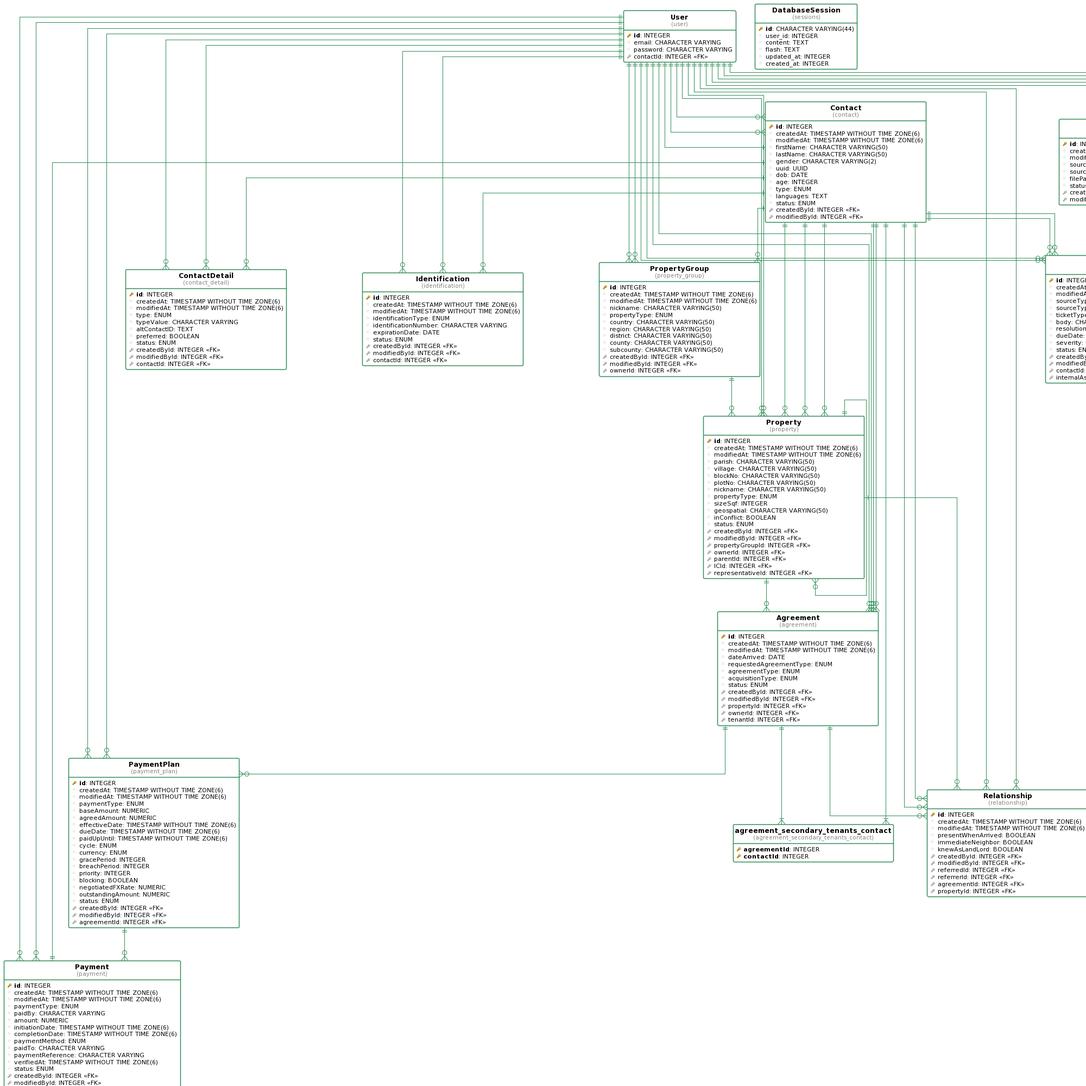
Above: docs/database-uml.png in Mwimwii/esapp-bb (PlantUML), before the change.
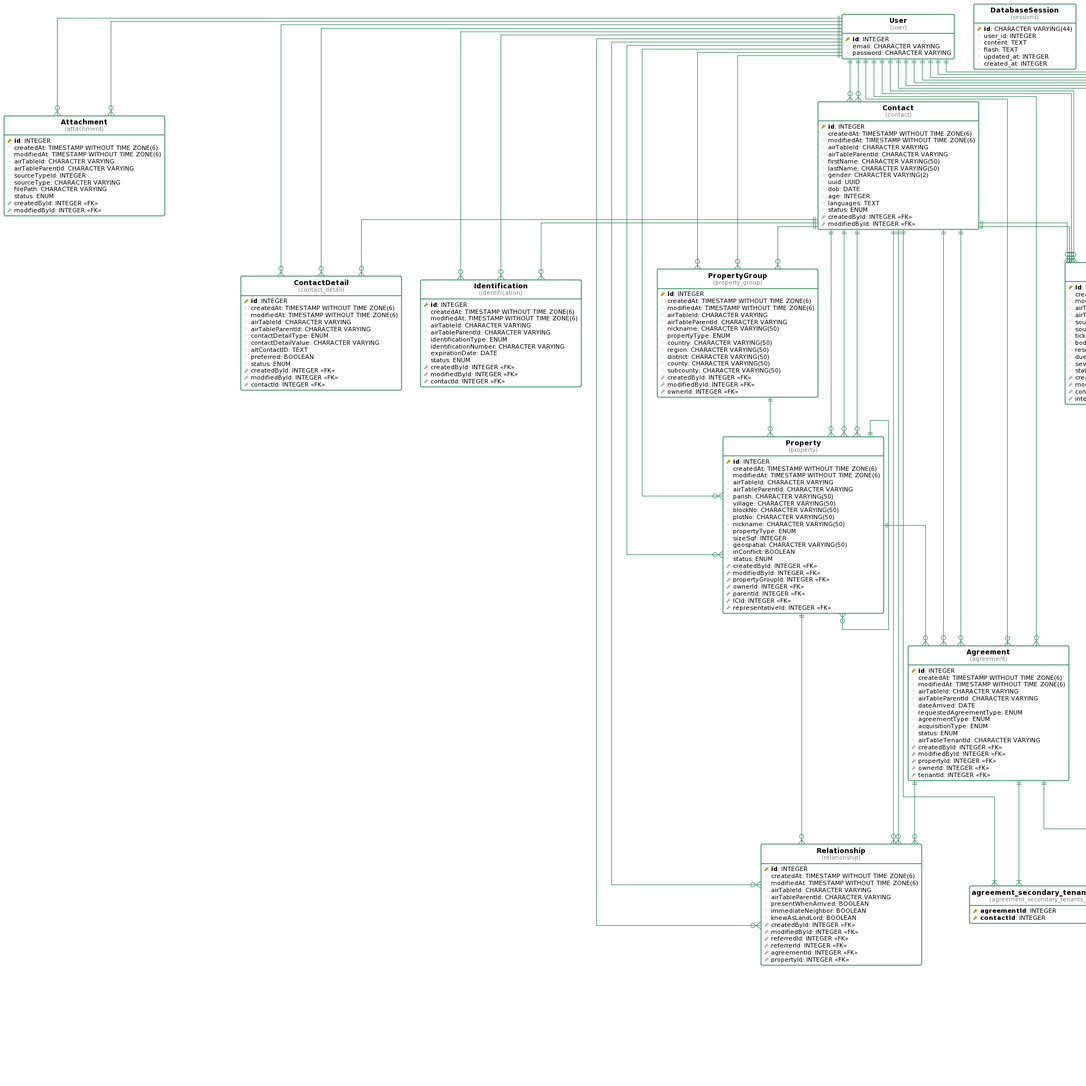
The same file after the commit.

Change to the diagram source:
```diff
@@ -27,7 +27,6 @@
   pkey( id ): INTEGER
   column( email ): CHARACTER VARYING
   column( password ): CHARACTER VARYING
-  fkey( contactId ): INTEGER <<FK>>
 }
 
 table( DatabaseSession, sessions ) as sessions {
@@ -39,12 +38,46 @@
   column( created_at ): INTEGER
 }
 
+table( Attachment, attachment ) as attachment {
+  pkey( id ): INTEGER
+  column( createdAt ): TIMESTAMP WITHOUT TIME ZONE(6)
+  column( modifiedAt ): TIMESTAMP WITHOUT TIME ZONE(6)
+  column( airTableId ): CHARACTER VARYING
+  column( airTableParentId ): CHARACTER VARYING
+  column( sourceTypeId ): INTEGER
+  column( sourceType ): CHARACTER VARYING
+  column( filePath ): CHARACTER VARYING
+  column( status ): ENUM
+  fkey( createdById ): INTEGER <<FK>>
+  fkey( modifiedById ): INTEGER <<FK>>
+}
+
+table( Contact, contact ) as contact {
+  pkey( id ): INTEGER
+  column( createdAt ): TIMESTAMP WITHOUT TIME ZONE(6)
+  column( modifiedAt ): TIMESTAMP WITHOUT TIME ZONE(6)
+  column( airTableId ): CHARACTER VARYING
+  column( airTableParentId ): CHARACTER VARYING
+  column( firstName ): CHARACTER VARYING(50)
+  column( lastName ): CHARACTER VARYING(50)
+  column( gender ): CHARACTER VARYING(2)
+  column( uuid ): UUID
+  column( dob ): DATE
+  column( age ): INTEGER
+  column( languages ): TEXT
+  column( status ): ENUM
+  fkey( createdById ): INTEGER <<FK>>
+  fkey( modifiedById ): INTEGER <<FK>>
+}
+
 table( ContactDetail, contact_detail ) as contact_detail {
   pkey( id ): INTEGER
   column( createdAt ): TIMESTAMP WITHOUT TIME ZONE(6)
   column( modifiedAt ): TIMESTAMP WITHOUT TIME ZONE(6)
-  column( type ): ENUM
-  column( typeValue ): CHARACTER VARYING
+  column( airTableId ): CHARACTER VARYING
+  column( airTableParentId ): CHARACTER VARYING
+  column( contactDetailType ): ENUM
+  column( contactDetailValue ): CHARACTER VARYING
   column( altContactID ): TEXT
   column( preferred ): BOOLEAN
   column( status ): ENUM
@@ -57,6 +90,8 @@
   pkey( id ): INTEGER
   column( createdAt ): TIMESTAMP WITHOUT TIME ZONE(6)
   column( modifiedAt ): TIMESTAMP WITHOUT TIME ZONE(6)
+  column( airTableId ): CHARACTER VARYING
+  column( airTableParentId ): CHARACTER VARYING
   column( identificationType ): ENUM
   column( identificationNumber ): CHARACTER VARYING
   column( expirationDate ): DATE
@@ -66,94 +101,36 @@
   fkey( contactId ): INTEGER <<FK>>
 }
 
-table( Contact, contact ) as contact {
+table( Payment, payment ) as payment {
   pkey( id ): INTEGER
   column( createdAt ): TIMESTAMP WITHOUT TIME ZONE(6)
   column( modifiedAt ): TIMESTAMP WITHOUT TIME ZONE(6)
-  column( firstName ): CHARACTER VARYING(50)
-  column( lastName ): CHARACTER VARYING(50)
-  column( gender ): CHARACTER VARYING(2)
-  column( uuid ): UUID
-  column( dob ): DATE
-  column( age ): INTEGER
-  column( type ): ENUM
-  column( languages ): TEXT
+  column( airTableId ): CHARACTER VARYING
+  column( airTableParentId ): CHARACTER VARYING
+  column( paymentType ): ENUM
+  column( paidBy ): CHARACTER VARYING
+  column( amount ): NUMERIC
+  column( initiationDate ): TIMESTAMP WITHOUT TIME ZONE(6)
+  column( completionDate ): TIMESTAMP WITHOUT TIME ZONE(6)
+  column( paymentMethod ): ENUM
+  column( paidTo ): CHARACTER VARYING
+  column( paymentReference ): CHARACTER VARYING
+  column( verifiedAt ): TIMESTAMP WITHOUT TIME ZONE(6)
   column( status ): ENUM
   fkey( createdById ): INTEGER <<FK>>
   fkey( modifiedById ): INTEGER <<FK>>
-}
-
-table( PropertyGroup, property_group ) as property_group {
-  pkey( id ): INTEGER
-  column( createdAt ): TIMESTAMP WITHOUT TIME ZONE(6)
-  column( modifiedAt ): TIMESTAMP WITHOUT TIME ZONE(6)
-  column( nickname ): CHARACTER VARYING(50)
-  column( propertyType ): ENUM
-  column( country ): CHARACTER VARYING(50)
-  column( region ): CHARACTER VARYING(50)
-  column( district ): CHARACTER VARYING(50)
-  column( county ): CHARACTER VARYING(50)
-  column( subcounty ): CHARACTER VARYING(50)
-  fkey( createdById ): INTEGER <<FK>>
-  fkey( modifiedById ): INTEGER <<FK>>
-  fkey( ownerId ): INTEGER <<FK>>
-}
-
-table( Property, property ) as property {
-  pkey( id ): INTEGER
-  column( createdAt ): TIMESTAMP WITHOUT TIME ZONE(6)
-  column( modifiedAt ): TIMESTAMP WITHOUT TIME ZONE(6)
-  column( parish ): CHARACTER VARYING(50)
-  column( village ): CHARACTER VARYING(50)
-  column( blockNo ): CHARACTER VARYING(50)
-  column( plotNo ): CHARACTER VARYING(50)
-  column( nickname ): CHARACTER VARYING(50)
-  column( propertyType ): ENUM
-  column( sizeSqf ): INTEGER
-  column( geospatial ): CHARACTER VARYING(50)
-  column( inConflict ): BOOLEAN
-  column( status ): ENUM
-  fkey( createdById ): INTEGER <<FK>>
-  fkey( modifiedById ): INTEGER <<FK>>
-  fkey( propertyGroupId ): INTEGER <<FK>>
-  fkey( ownerId ): INTEGER <<FK>>
-  fkey( parentId ): INTEGER <<FK>>
-  fkey( lCId ): INTEGER <<FK>>
-  fkey( representativeId ): INTEGER <<FK>>
-}
-
-table( Agreement, agreement ) as agreement {
-  pkey( id ): INTEGER
-  column( createdAt ): TIMESTAMP WITHOUT TIME ZONE(6)
-  column( modifiedAt ): TIMESTAMP WITHOUT TIME ZONE(6)
-  column( dateArrived ): DATE
-  column( requestedAgreementType ): ENUM
-  column( agreementType ): ENUM
-  column( acquisitionType ): ENUM
-  column( status ): ENUM
-  fkey( createdById ): INTEGER <<FK>>
-  fkey( modifiedById ): INTEGER <<FK>>
-  fkey( propertyId ): INTEGER <<FK>>
-  fkey( ownerId ): INTEGER <<FK>>
-  fkey( tenantId ): INTEGER <<FK>>
-}
-
-table( Attachment, attachment ) as attachment {
-  pkey( id ): INTEGER
-  column( createdAt ): TIMESTAMP WITHOUT TIME ZONE(6)
-  column( modifiedAt ): TIMESTAMP WITHOUT TIME ZONE(6)
-  column( sourceTypeId ): INTEGER
-  column( sourceType ): CHARACTER VARYING
-  column( filePath ): CHARACTER VARYING
-  column( status ): ENUM
-  fkey( createdById ): INTEGER <<FK>>
-  fkey( modifiedById ): INTEGER <<FK>>
+  fkey( paymentPlanId ): INTEGER <<FK>>
+  pkey( verifiedById ): INTEGER
+  column( verifiedByEmail ): CHARACTER VARYING
+  column( verifiedByPassword ): CHARACTER VARYING
 }
 
 table( PaymentPlan, payment_plan ) as payment_plan {
   pkey( id ): INTEGER
   column( createdAt ): TIMESTAMP WITHOUT TIME ZONE(6)
   column( modifiedAt ): TIMESTAMP WITHOUT TIME ZONE(6)
+  column( airTableId ): CHARACTER VARYING
+  column( airTableParentId ): CHARACTER VARYING
   column( paymentType ): ENUM
   column( baseAmount ): NUMERIC
   column( agreedAmount ): NUMERIC
@@ -174,33 +151,55 @@
   fkey( agreementId ): INTEGER <<FK>>
 }
 
-table( Payment, payment ) as payment {
+table( Property, property ) as property {
   pkey( id ): INTEGER
   column( createdAt ): TIMESTAMP WITHOUT TIME ZONE(6)
   column( modifiedAt ): TIMESTAMP WITHOUT TIME ZONE(6)
-  column( paymentType ): ENUM
-  column( paidBy ): CHARACTER VARYING
-  column( amount ): NUMERIC
-  column( initiationDate ): TIMESTAMP WITHOUT TIME ZONE(6)
-  column( completionDate ): TIMESTAMP WITHOUT TIME ZONE(6)
-  column( paymentMethod ): ENUM
-  column( paidTo ): CHARACTER VARYING
-  column( paymentReference ): CHARACTER VARYING
-  column( verifiedAt ): TIMESTAMP WITHOUT TIME ZONE(6)
+  column( airTableId ): CHARACTER VARYING
+  column( airTableParentId ): CHARACTER VARYING
+  column( parish ): CHARACTER VARYING(50)
+  column( village ): CHARACTER VARYING(50)
+  column( blockNo ): CHARACTER VARYING(50)
+  column( plotNo ): CHARACTER VARYING(50)
+  column( nickname ): CHARACTER VARYING(50)
+  column( propertyType ): ENUM
+  column( sizeSqf ): INTEGER
+  column( geospatial ): CHARACTER VARYING(50)
+  column( inConflict ): BOOLEAN
   column( status ): ENUM
   fkey( createdById ): INTEGER <<FK>>
   fkey( modifiedById ): INTEGER <<FK>>
-  fkey( paymentPlanId ): INTEGER <<FK>>
-  fkey( contactId ): INTEGER <<FK>>
-  pkey( verifiedById ): INTEGER
-  column( verifiedByEmail ): CHARACTER VARYING
-  column( verifiedByPassword ): CHARACTER VARYING
+  fkey( propertyGroupId ): INTEGER <<FK>>
+  fkey( ownerId ): INTEGER <<FK>>
+  fkey( parentId ): INTEGER <<FK>>
+  fkey( lCId ): INTEGER <<FK>>
+  fkey( representativeId ): INTEGER <<FK>>
+}
+
+table( PropertyGroup, property_group ) as property_group {
+  pkey( id ): INTEGER
+  column( createdAt ): TIMESTAMP WITHOUT TIME ZONE(6)
+  column( modifiedAt ): TIMESTAMP WITHOUT TIME ZONE(6)
+  column( airTableId ): CHARACTER VARYING
+  column( airTableParentId ): CHARACTER VARYING
+  column( nickname ): CHARACTER VARYING(50)
+  column( propertyType ): ENUM
+  column( country ): CHARACTER VARYING(50)
+  column( region ): CHARACTER VARYING(50)
+  column( district ): CHARACTER VARYING(50)
+  column( county ): CHARACTER VARYING(50)
+  column( subcounty ): CHARACTER VARYING(50)
+  fkey( createdById ): INTEGER <<FK>>
+  fkey( modifiedById ): INTEGER <<FK>>
+  fkey( ownerId ): INTEGER <<FK>>
 }
 
 table( Relationship, relationship ) as relationship {
   pkey( id ): INTEGER
   column( createdAt ): TIMESTAMP WITHOUT TIME ZONE(6)
   column( modifiedAt ): TIMESTAMP WITHOUT TIME ZONE(6)
+  column( airTableId ): CHARACTER VARYING
+  column( airTableParentId ): CHARACTER VARYING
   column( presentWhenArrived ): BOOLEAN
   column( immediateNeighbor ): BOOLEAN
   column( knewAsLandLord ): BOOLEAN
@@ -216,6 +215,8 @@
   pkey( id ): INTEGER
   column( createdAt ): TIMESTAMP WITHOUT TIME ZONE(6)
   column( modifiedAt ): TIMESTAMP WITHOUT TIME ZONE(6)
+  column( airTableId ): CHARACTER VARYING
+  column( airTableParentId ): CHARACTER VARYING
   column( sourceType ): ENUM
   column( sourceTypeId ): INTEGER
   column( ticketType ): ENUM
@@ -230,10 +231,31 @@
   fkey( internalAssigneeId ): INTEGER <<FK>>
 }
 
+table( Agreement, agreement ) as agreement {
+  pkey( id ): INTEGER
+  column( createdAt ): TIMESTAMP WITHOUT TIME ZONE(6)
+  column( modifiedAt ): TIMESTAMP WITHOUT TIME ZONE(6)
+  column( airTableId ): CHARACTER VARYING
+  column( airTableParentId ): CHARACTER VARYING
+  column( dateArrived ): DATE
+  column( requestedAgreementType ): ENUM
+  column( agreementType ): ENUM
+  column( acquisitionType ): ENUM
+  column( status ): ENUM
+  column( airTableTenantId ): CHARACTER VARYING
+  fkey( createdById ): INTEGER <<FK>>
+  fkey( modifiedById ): INTEGER <<FK>>
+  fkey( propertyId ): INTEGER <<FK>>
+  fkey( ownerId ): INTEGER <<FK>>
+  fkey( tenantId ): INTEGER <<FK>>
+}
+
 table( MagicCode, magic_code ) as magic_code {
   pkey( id ): INTEGER
   column( createdAt ): TIMESTAMP WITHOUT TIME ZONE(6)
   column( modifiedAt ): TIMESTAMP WITHOUT TIME ZONE(6)
+  column( airTableId ): CHARACTER VARYING
+  column( airTableParentId ): CHARACTER VARYING
   column( token ): CHARACTER VARYING(255)
   column( expiresAt ): DATE
   column( usedAt ): DATE
@@ -248,18 +270,22 @@
   pkey( contactId ): INTEGER
 }
 
-"contact" ||--|| "user"
+"user" ||--o{ "attachment"
+"user" ||--o{ "attachment"
+"user" ||--o{ "contact"
+"user" ||--o{ "contact"
 "user" ||--o{ "contact_detail"
 "user" ||--o{ "contact_detail"
 "contact" ||--o{ "contact_detail"
 "user" ||--o{ "identification"
 "user" ||--o{ "identification"
 "contact" ||--o{ "identification"
-"user" ||--o{ "contact"
-"user" ||--o{ "contact"
-"user" ||--o{ "property_group"
-"user" ||--o{ "property_group"
-"contact" ||--o{ "property_group"
+"user" ||--o{ "payment"
+"user" ||--o{ "payment"
+"payment_plan" ||--o{ "payment"
+"user" ||--o{ "payment_plan"
+"user" ||--o{ "payment_plan"
+"agreement" ||--o{ "payment_plan"
 "user" ||--o{ "property"
 "user" ||--o{ "property"
 "property_group" ||--o{ "property"
@@ -267,20 +293,9 @@
 "property" ||--o{ "property"
 "contact" ||--o{ "property"
 "contact" ||--o{ "property"
-"user" ||--o{ "agreement"
-"user" ||--o{ "agreement"
-"property" ||--o{ "agreement"
-"contact" ||--o{ "agreement"
-"contact" ||--o{ "agreement"
-"user" ||--o{ "attachment"
-"user" ||--o{ "attachment"
-"user" ||--o{ "payment_plan"
-"user" ||--o{ "payment_plan"
-"agreement" ||--o{ "payment_plan"
-"user" ||--o{ "payment"
-"user" ||--o{ "payment"
-"payment_plan" ||--o{ "payment"
-"contact" ||--|| "payment"
+"user" ||--o{ "property_group"
+"user" ||--o{ "property_group"
+"contact" ||--o{ "property_group"
 "user" ||--o{ "relationship"
 "user" ||--o{ "relationship"
 "contact" ||--o{ "relationship"
@@ -291,6 +306,11 @@
 "user" ||--o{ "ticket"
 "contact" ||--o{ "ticket"
 "contact" ||--o{ "ticket"
+"user" ||--o{ "agreement"
+"user" ||--o{ "agreement"
+"property" ||--o{ "agreement"
+"contact" ||--o{ "agreement"
+"contact" ||--o{ "agreement"
 "user" ||--o{ "magic_code"
 "user" ||--o{ "magic_code"
 "user" ||--o{ "magic_code"
```
